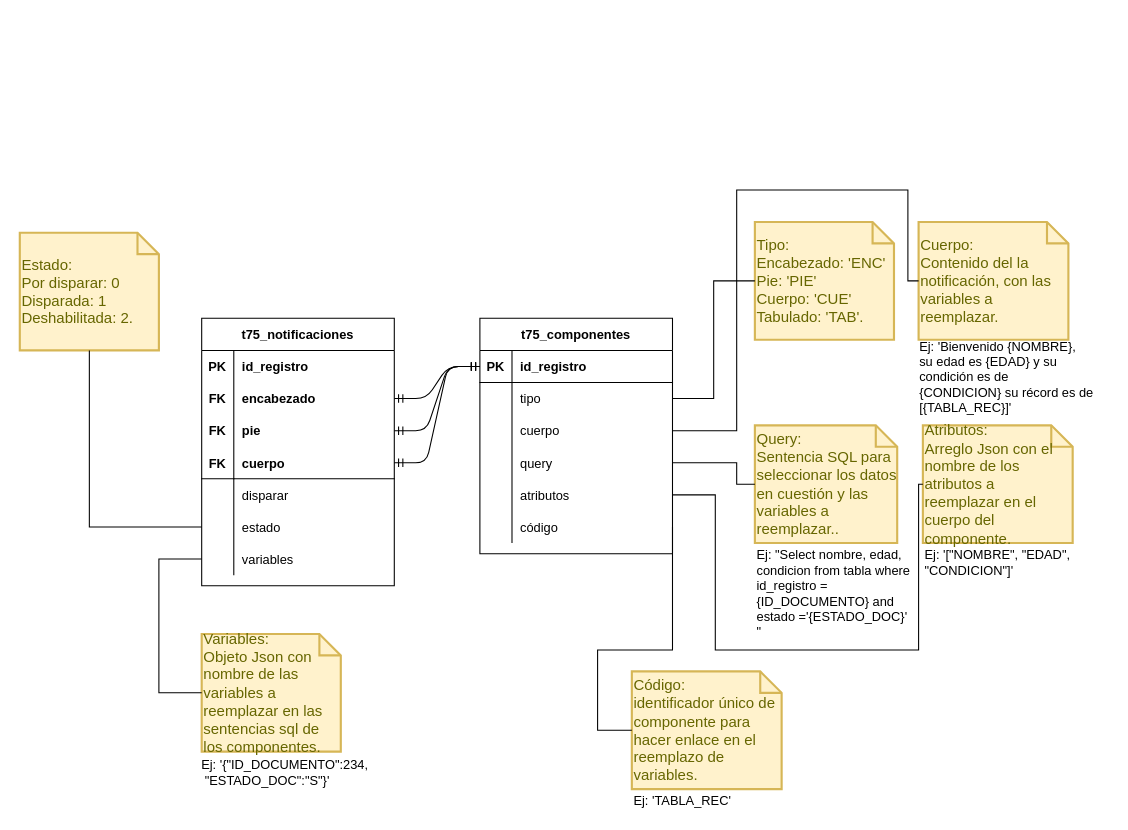
Above: notificaciones_email.drawio in NeroAlfonso/draw_docs (draw.io), before the change. Source tidied: cells renumbered, new cells numbered last; positions are measured from the earlier drawing's top-left corner, leaving out a move shared by most shapes. Both pictures are drawn from the tidied source at 107%, with x=0, y=0 at pixel (19, 189).
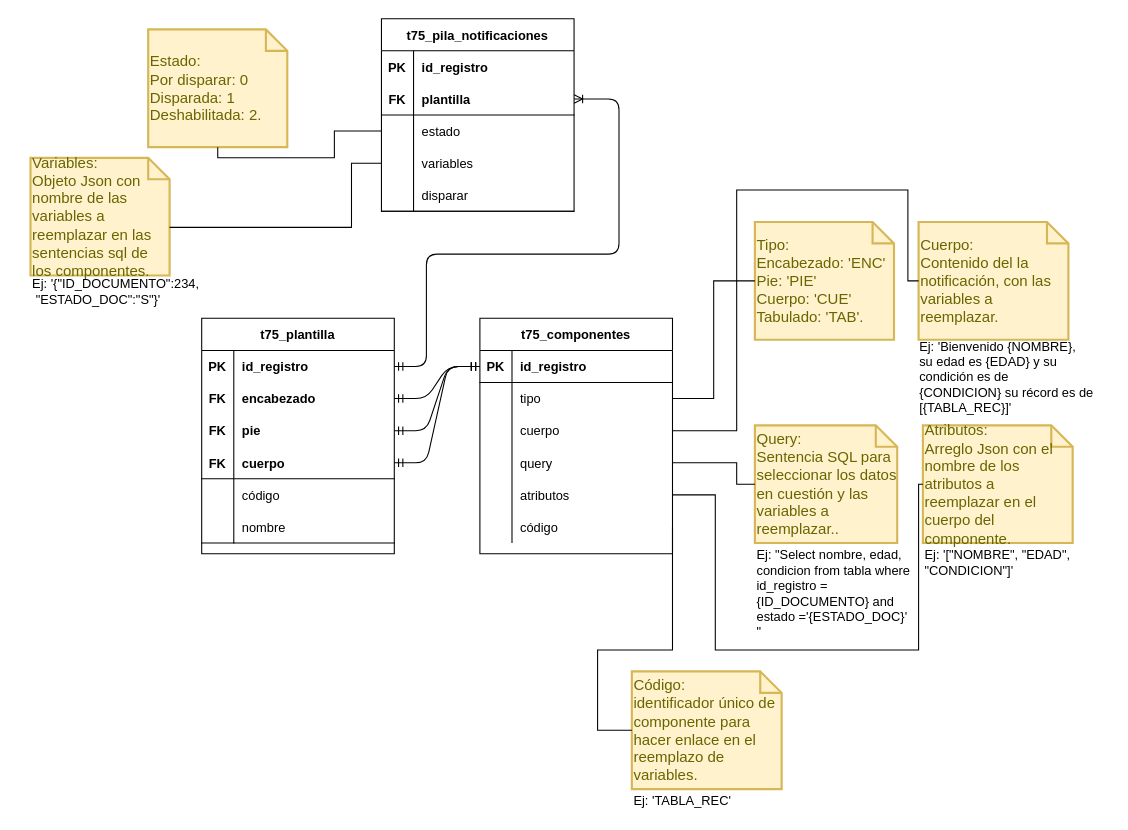
Above is the later version.

Unchanged cells that the change refers to:
```xml
<mxCell id="5" style="shape=partialRectangle;fillColor=none;top=0;left=0;bottom=0;right=0;points=[[0,0.5],[1,0.5]];portConstraint=eastwest;" parent="4" vertex="1">
  <mxGeometry y="30" width="180" height="30" as="geometry" />
</mxCell>
```

Diff of the diagram source:
```diff
@@
-    <mxCell id="4" value="t75_notificaciones" style="shape=table;startSize=30;childLayout=tableLayout;rowLines=0;fontStyle=1;align=center;" parent="1" vertex="1">
-      <mxGeometry x="170" y="120" width="180" height="250" as="geometry" />
+    <mxCell id="4" value="t75_plantilla" style="shape=table;startSize=30;childLayout=tableLayout;rowLines=0;fontStyle=1;align=center;" parent="1" vertex="1">
+      <mxGeometry x="170" y="120" width="180" height="220" as="geometry" />
     </mxCell>
@@
-    <mxCell id="14" style="shape=partialRectangle;fillColor=none;top=0;left=0;bottom=0;right=0;points=[[0,0.5],[1,0.5]];portConstraint=eastwest;fontStyle=1;" parent="4" vertex="1">
+    <mxCell id="14" style="shape=partialRectangle;fillColor=none;top=0;left=0;bottom=1;right=0;points=[[0,0.5],[1,0.5]];portConstraint=eastwest;fontStyle=1;" parent="4" vertex="1">
       <mxGeometry y="120" width="180" height="30" as="geometry" />
     </mxCell>
-    <mxCell id="15" value="FK" style="shape=partialRectangle;fillColor=none;top=0;left=0;bottom=1;right=0;overflow=hidden;fontStyle=1;" parent="14" vertex="1">
+    <mxCell id="15" value="FK" style="shape=partialRectangle;fillColor=none;top=0;left=0;bottom=0;right=0;overflow=hidden;fontStyle=1;" parent="14" vertex="1">
       <mxGeometry width="30" height="30" as="geometry" />
     </mxCell>
-    <mxCell id="16" value="cuerpo" style="shape=partialRectangle;fillColor=none;top=0;left=0;bottom=1;right=0;align=left;spacingLeft=6;overflow=hidden;fontStyle=1;" parent="14" vertex="1">
+    <mxCell id="16" value="cuerpo" style="shape=partialRectangle;fillColor=none;top=0;left=0;bottom=0;right=0;align=left;spacingLeft=6;overflow=hidden;fontStyle=1;" parent="14" vertex="1">
       <mxGeometry x="30" width="150" height="30" as="geometry" />
     </mxCell>
-    <mxCell id="17" style="shape=partialRectangle;fillColor=none;top=0;left=0;bottom=0;right=0;" parent="4" vertex="1">
-      <mxGeometry y="150" width="180" height="30" as="geometry" />
-    </mxCell>
-    <mxCell id="18" style="shape=partialRectangle;fillColor=none;top=0;left=0;bottom=0;right=0;overflow=hidden;" parent="17" vertex="1">
-      <mxGeometry width="30" height="30" as="geometry" />
-    </mxCell>
-    <mxCell id="19" value="disparar" style="shape=partialRectangle;fillColor=none;top=0;left=0;bottom=0;right=0;align=left;spacingLeft=6;overflow=hidden;" parent="17" vertex="1">
-      <mxGeometry x="30" width="150" height="30" as="geometry" />
-    </mxCell>
-    <mxCell id="20" style="shape=partialRectangle;fillColor=none;top=0;left=0;bottom=0;right=0;points=[[0,0.5],[1,0.5]];portConstraint=eastwest;" parent="4" vertex="1">
-      <mxGeometry y="180" width="180" height="30" as="geometry" />
-    </mxCell>
-    <mxCell id="21" style="shape=partialRectangle;fillColor=none;top=0;left=0;bottom=0;right=0;overflow=hidden;" parent="20" vertex="1">
-      <mxGeometry width="30" height="30" as="geometry" />
-    </mxCell>
-    <mxCell id="22" value="estado" style="shape=partialRectangle;fillColor=none;top=0;left=0;bottom=0;right=0;align=left;spacingLeft=6;overflow=hidden;" parent="20" vertex="1">
-      <mxGeometry x="30" width="150" height="30" as="geometry" />
-    </mxCell>
-    <mxCell id="23" style="shape=partialRectangle;fillColor=none;top=0;left=0;bottom=0;right=0;points=[[0,0.5],[1,0.5]];portConstraint=eastwest;" parent="4" vertex="1">
-      <mxGeometry y="210" width="180" height="30" as="geometry" />
-    </mxCell>
-    <mxCell id="24" style="shape=partialRectangle;fillColor=none;top=0;left=0;bottom=0;right=0;overflow=hidden;" parent="23" vertex="1">
-      <mxGeometry width="30" height="30" as="geometry" />
-    </mxCell>
-    <mxCell id="25" value="variables" style="shape=partialRectangle;fillColor=none;top=0;left=0;bottom=0;right=0;align=left;spacingLeft=6;overflow=hidden;" parent="23" vertex="1">
-      <mxGeometry x="30" width="150" height="30" as="geometry" />
-    </mxCell>
+    <mxCell id="65" style="shape=partialRectangle;fillColor=none;top=0;left=0;bottom=0;right=0;fontStyle=1;" parent="4" vertex="1">
+      <mxGeometry y="150" width="180" height="30" as="geometry" />
+    </mxCell>
+    <mxCell id="66" style="shape=partialRectangle;fillColor=none;top=0;left=0;bottom=0;right=0;overflow=hidden;fontStyle=1;" parent="65" vertex="1">
+      <mxGeometry width="30" height="30" as="geometry" />
+    </mxCell>
+    <mxCell id="67" value="código" style="shape=partialRectangle;fillColor=none;top=0;left=0;bottom=0;right=0;align=left;spacingLeft=6;overflow=hidden;fontStyle=0;" parent="65" vertex="1">
+      <mxGeometry x="30" width="150" height="30" as="geometry" />
+    </mxCell>
+    <mxCell id="68" style="shape=partialRectangle;fillColor=none;top=0;left=0;bottom=0;right=0;fontStyle=1;" parent="4" vertex="1">
+      <mxGeometry y="180" width="180" height="30" as="geometry" />
+    </mxCell>
+    <mxCell id="69" style="shape=partialRectangle;fillColor=none;top=0;left=0;bottom=1;right=0;overflow=hidden;fontStyle=1;" parent="68" vertex="1">
+      <mxGeometry width="30" height="30" as="geometry" />
+    </mxCell>
+    <mxCell id="70" value="nombre" style="shape=partialRectangle;fillColor=none;top=0;left=0;bottom=1;right=0;align=left;spacingLeft=6;overflow=hidden;fontStyle=0;" parent="68" vertex="1">
+      <mxGeometry x="30" width="150" height="30" as="geometry" />
+    </mxCell>
@@
     <mxCell id="45" value="Estado: &lt;br&gt;Por disparar: 0&lt;br&gt;Disparada: 1&lt;br&gt;Deshabilitada: 2." style="shape=note;strokeWidth=2;fontSize=14;size=20;whiteSpace=wrap;html=1;fillColor=#fff2cc;strokeColor=#d6b656;fontColor=#666600;align=left;" parent="1" vertex="1">
-      <mxGeometry y="40" width="130" height="110" as="geometry" />
+      <mxGeometry x="120" y="-150" width="130" height="110" as="geometry" />
     </mxCell>
-    <mxCell id="46" style="endArrow=none;html=1;rounded=0;entryX=0.5;entryY=1;entryDx=0;entryDy=0;entryPerimeter=0;exitX=0;exitY=0.5;exitDx=0;exitDy=0;edgeStyle=orthogonalEdgeStyle;" parent="1" edge="1" source="20" target="45">
+    <mxCell id="46" style="endArrow=none;html=1;rounded=0;entryX=0.5;entryY=1;entryDx=0;entryDy=0;entryPerimeter=0;exitX=0;exitY=0.5;exitDx=0;exitDy=0;edgeStyle=orthogonalEdgeStyle;" parent="1" edge="1" source="78" target="45">
       <mxGeometry relative="1" as="geometry" />
     </mxCell>
@@
     <mxCell id="56" value="Variables:&lt;br&gt;Objeto Json con nombre de las variables a reemplazar en las sentencias sql de los componentes." style="shape=note;strokeWidth=2;fontSize=14;size=20;whiteSpace=wrap;html=1;fillColor=#fff2cc;strokeColor=#d6b656;fontColor=#666600;align=left;" parent="1" vertex="1">
-      <mxGeometry x="170" y="415" width="130" height="110" as="geometry" />
+      <mxGeometry x="10" y="-30" width="130" height="110" as="geometry" />
     </mxCell>
-    <mxCell id="57" style="endArrow=none;html=1;rounded=0;entryX=0;entryY=0.5;entryDx=0;entryDy=0;entryPerimeter=0;exitX=0;exitY=0.5;exitDx=0;exitDy=0;edgeStyle=orthogonalEdgeStyle;" parent="1" edge="1" source="23" target="56">
+    <mxCell id="57" style="endArrow=none;html=1;rounded=0;entryX=0;entryY=0;entryDx=130;entryDy=65;entryPerimeter=0;exitX=0;exitY=0.5;exitDx=0;exitDy=0;edgeStyle=orthogonalEdgeStyle;" parent="1" edge="1" source="80" target="56">
       <mxGeometry relative="1" as="geometry">
         <Array as="points">
-          <mxPoint x="130" y="345" />
-          <mxPoint x="130" y="470" />
+          <mxPoint x="310" y="-25" />
+          <mxPoint x="310" y="35" />
         </Array>
       </mxGeometry>
     </mxCell>
+    <mxCell id="71" value="t75_pila_notificaciones" style="shape=table;startSize=30;childLayout=tableLayout;rowLines=0;fontStyle=1;align=center;" parent="1" vertex="1">
+      <mxGeometry x="338" y="-160" width="180" height="180" as="geometry" />
+    </mxCell>
+    <mxCell id="72" style="shape=partialRectangle;fillColor=none;top=0;left=0;bottom=0;right=0;" parent="71" vertex="1">
+      <mxGeometry y="30" width="180" height="30" as="geometry" />
+    </mxCell>
+    <mxCell id="73" value="PK" style="shape=partialRectangle;fillColor=none;top=0;left=0;bottom=0;right=0;fontStyle=1;overflow=hidden;" parent="72" vertex="1">
+      <mxGeometry width="30" height="30" as="geometry" />
+    </mxCell>
+    <mxCell id="74" value="id_registro" style="shape=partialRectangle;fillColor=none;top=0;left=0;bottom=0;right=0;align=left;spacingLeft=6;fontStyle=1;overflow=hidden;" parent="72" vertex="1">
+      <mxGeometry x="30" width="150" height="30" as="geometry" />
+    </mxCell>
+    <mxCell id="75" style="shape=partialRectangle;fillColor=none;top=0;left=0;bottom=1;right=0;points=[[0,0.5],[1,0.5]];portConstraint=eastwest;" parent="71" vertex="1">
+      <mxGeometry y="60" width="180" height="30" as="geometry" />
+    </mxCell>
+    <mxCell id="76" value="FK" style="shape=partialRectangle;fillColor=none;top=0;left=0;bottom=0;right=0;overflow=hidden;fontStyle=1;" parent="75" vertex="1">
+      <mxGeometry width="30" height="30" as="geometry" />
+    </mxCell>
+    <mxCell id="77" value="plantilla" style="shape=partialRectangle;fillColor=none;top=0;left=0;bottom=0;right=0;align=left;spacingLeft=6;overflow=hidden;fontStyle=1;" parent="75" vertex="1">
+      <mxGeometry x="30" width="150" height="30" as="geometry" />
+    </mxCell>
+    <mxCell id="78" style="shape=partialRectangle;fillColor=none;top=0;left=0;bottom=0;right=0;points=[[0,0.5],[1,0.5]];portConstraint=eastwest;" parent="71" vertex="1">
+      <mxGeometry y="90" width="180" height="30" as="geometry" />
+    </mxCell>
+    <mxCell id="79" style="shape=partialRectangle;fillColor=none;top=0;left=0;bottom=0;right=0;overflow=hidden;" parent="78" vertex="1">
+      <mxGeometry width="30" height="30" as="geometry" />
+    </mxCell>
+    <mxCell id="22" value="estado" style="shape=partialRectangle;fillColor=none;top=0;left=0;bottom=0;right=0;align=left;spacingLeft=6;overflow=hidden;" parent="78" vertex="1">
+      <mxGeometry x="30" width="150" height="30" as="geometry" />
+    </mxCell>
+    <mxCell id="80" style="shape=partialRectangle;fillColor=none;top=0;left=0;bottom=0;right=0;points=[[0,0.5],[1,0.5]];portConstraint=eastwest;" parent="71" vertex="1">
+      <mxGeometry y="120" width="180" height="30" as="geometry" />
+    </mxCell>
+    <mxCell id="81" style="shape=partialRectangle;fillColor=none;top=0;left=0;bottom=0;right=0;overflow=hidden;" parent="80" vertex="1">
+      <mxGeometry width="30" height="30" as="geometry" />
+    </mxCell>
+    <mxCell id="25" value="variables" style="shape=partialRectangle;fillColor=none;top=0;left=0;bottom=0;right=0;align=left;spacingLeft=6;overflow=hidden;" parent="80" vertex="1">
+      <mxGeometry x="30" width="150" height="30" as="geometry" />
+    </mxCell>
+    <mxCell id="17" style="shape=partialRectangle;fillColor=none;top=0;left=0;bottom=0;right=0;" parent="71" vertex="1">
+      <mxGeometry y="150" width="180" height="30" as="geometry" />
+    </mxCell>
+    <mxCell id="82" style="shape=partialRectangle;fillColor=none;top=0;left=0;bottom=1;right=0;fontStyle=1;overflow=hidden;" parent="17" vertex="1">
+      <mxGeometry width="30" height="30" as="geometry" />
+    </mxCell>
+    <mxCell id="19" value="disparar" style="shape=partialRectangle;fillColor=none;top=0;left=0;bottom=1;right=0;align=left;spacingLeft=6;fontStyle=0;overflow=hidden;" parent="17" vertex="1">
+      <mxGeometry x="30" width="150" height="30" as="geometry" />
+    </mxCell>
     <mxCell id="58" value="Ej: '{&quot;ID_DOCUMENTO&quot;:234,&lt;br&gt;&amp;nbsp;&quot;ESTADO_DOC&quot;:&quot;S&quot;}'" style="text;html=1;align=left;verticalAlign=middle;" parent="1" vertex="1">
-      <mxGeometry x="168" y="530" width="170" height="30" as="geometry" />
+      <mxGeometry x="10" y="80" width="170" height="30" as="geometry" />
     </mxCell>
@@
+    <mxCell id="83" style="edgeStyle=orthogonalEdgeStyle;fontSize=12;html=1;endArrow=ERoneToMany;startArrow=ERmandOne;exitX=1;exitY=0.5;exitDx=0;exitDy=0;entryX=1;entryY=0.5;entryDx=0;entryDy=0;" parent="1" edge="1" source="5" target="75">
+      <mxGeometry relative="1" as="geometry">
+        <Array as="points">
+          <mxPoint x="380" y="165" />
+          <mxPoint x="380" y="60" />
+          <mxPoint x="560" y="60" />
+          <mxPoint x="560" y="-85" />
+        </Array>
+      </mxGeometry>
+    </mxCell>
```
